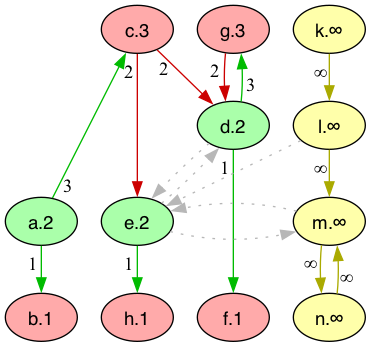
idaks/Games-and-Argumentation keeps this Graphviz diagram as lib/graphs/game_graph_colored.png. Above is the earlier version. Its source is kept beside it as lib/graphs/game_graph_colored.dot. Source of this version:
```dot
digraph G {
  rankdir="TB"
  node [shape=oval style=filled fontname=Helvetica fontsize=14]
  node [fillcolor="#AAFFAA" fontcolor="#000000"]
       a[label="a.2"]
       d[label="d.2"]
       e[label="e.2"]
  node [fillcolor="#FFAAAA" fontcolor="#000000"]
       c[label="c.3"]
       b[label="b.1"]
       f[label="f.1"]
       g[label="g.3"]
       h[label="h.1"]
  node [fillcolor="#FFFFAA" fontcolor="#000000"]
       k[label="k.∞"]
       l[label="l.∞"]
       m[label="m.∞"]
       n[label="n.∞"]
  edge [dir=forward color="#00BB00" style="solid" taillabel="3" labeldistance=1.5]
        "a" -> "c"
        "d" -> "g"
  edge [dir=forward color="#00BB00" style="solid" taillabel="1" labeldistance=1.5]
        "a" -> "b"
        "d" -> "f"
        "e" -> "h"
  edge [dir=forward color="#AAAA00" style="solid" taillabel="∞" labeldistance=1.5]
        "k" -> "l"
        "l" -> "m"
        "m" -> "n"
        "n" -> "m"
  edge [dir=forward color="#CC0000" style="solid" taillabel="2" labeldistance=1.5]
        "c" -> "d"
        "c" -> "e"
        "g" -> "d"
  edge [dir=forward color="#b7b7b7" style="dotted" constraint=false taillabel=" " labeldistance=1.5]
        "l" -> "e"
        "d" -> "e"
        "e" -> "d"
        "e" -> "m"
        "m" -> "e"

  {rank = max b f h}
  {rank = min c g}
}
```
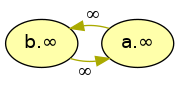
The same diagram one commit later.

Diff of the diagram source:
```diff
@@ -2,43 +2,13 @@
   rankdir="TB"
   node [shape=oval style=filled fontname=Helvetica fontsize=14]
   node [fillcolor="#AAFFAA" fontcolor="#000000"]
-       a[label="a.2"]
-       d[label="d.2"]
-       e[label="e.2"]
   node [fillcolor="#FFAAAA" fontcolor="#000000"]
-       c[label="c.3"]
-       b[label="b.1"]
-       f[label="f.1"]
-       g[label="g.3"]
-       h[label="h.1"]
   node [fillcolor="#FFFFAA" fontcolor="#000000"]
-       k[label="k.∞"]
-       l[label="l.∞"]
-       m[label="m.∞"]
-       n[label="n.∞"]
-  edge [dir=forward color="#00BB00" style="solid" taillabel="3" labeldistance=1.5]
-        "a" -> "c"
-        "d" -> "g"
-  edge [dir=forward color="#00BB00" style="solid" taillabel="1" labeldistance=1.5]
+       b[label="b.∞"]
+       a[label="a.∞"]
+  edge [dir=forward color="#AAAA00" style="solid" taillabel="∞" labeldistance=1.5]
+        "b" -> "a"
         "a" -> "b"
-        "d" -> "f"
-        "e" -> "h"
-  edge [dir=forward color="#AAAA00" style="solid" taillabel="∞" labeldistance=1.5]
-        "k" -> "l"
-        "l" -> "m"
-        "m" -> "n"
-        "n" -> "m"
-  edge [dir=forward color="#CC0000" style="solid" taillabel="2" labeldistance=1.5]
-        "c" -> "d"
-        "c" -> "e"
-        "g" -> "d"
-  edge [dir=forward color="#b7b7b7" style="dotted" constraint=false taillabel=" " labeldistance=1.5]
-        "l" -> "e"
-        "d" -> "e"
-        "e" -> "d"
-        "e" -> "m"
-        "m" -> "e"
 
-  {rank = max b f h}
-  {rank = min c g}
+  {rank = max b a}
 }
```
